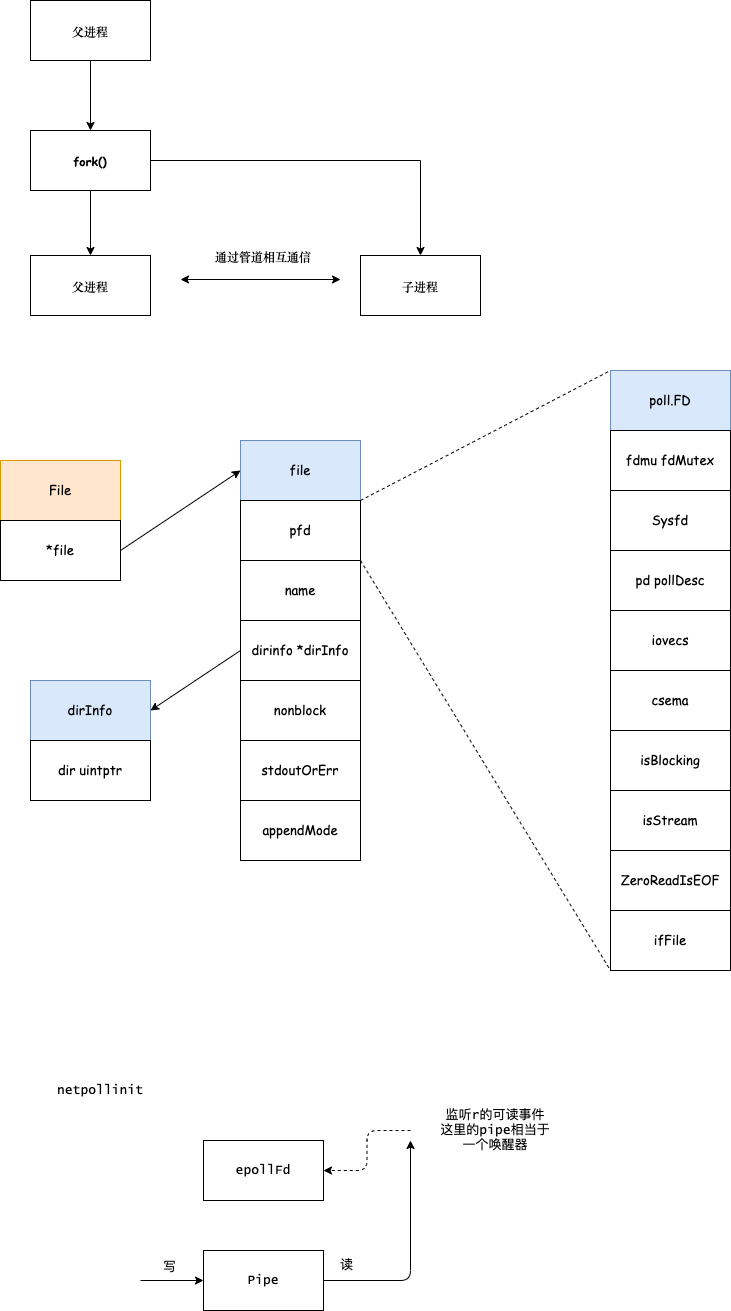
The draw.io diagram GoSrc.png in aizsfgk/cdn, before a commit. Source tidied: cells renumbered, new cells last; positions are measured from the earlier drawing's top-left corner, leaving out a move shared by most shapes.
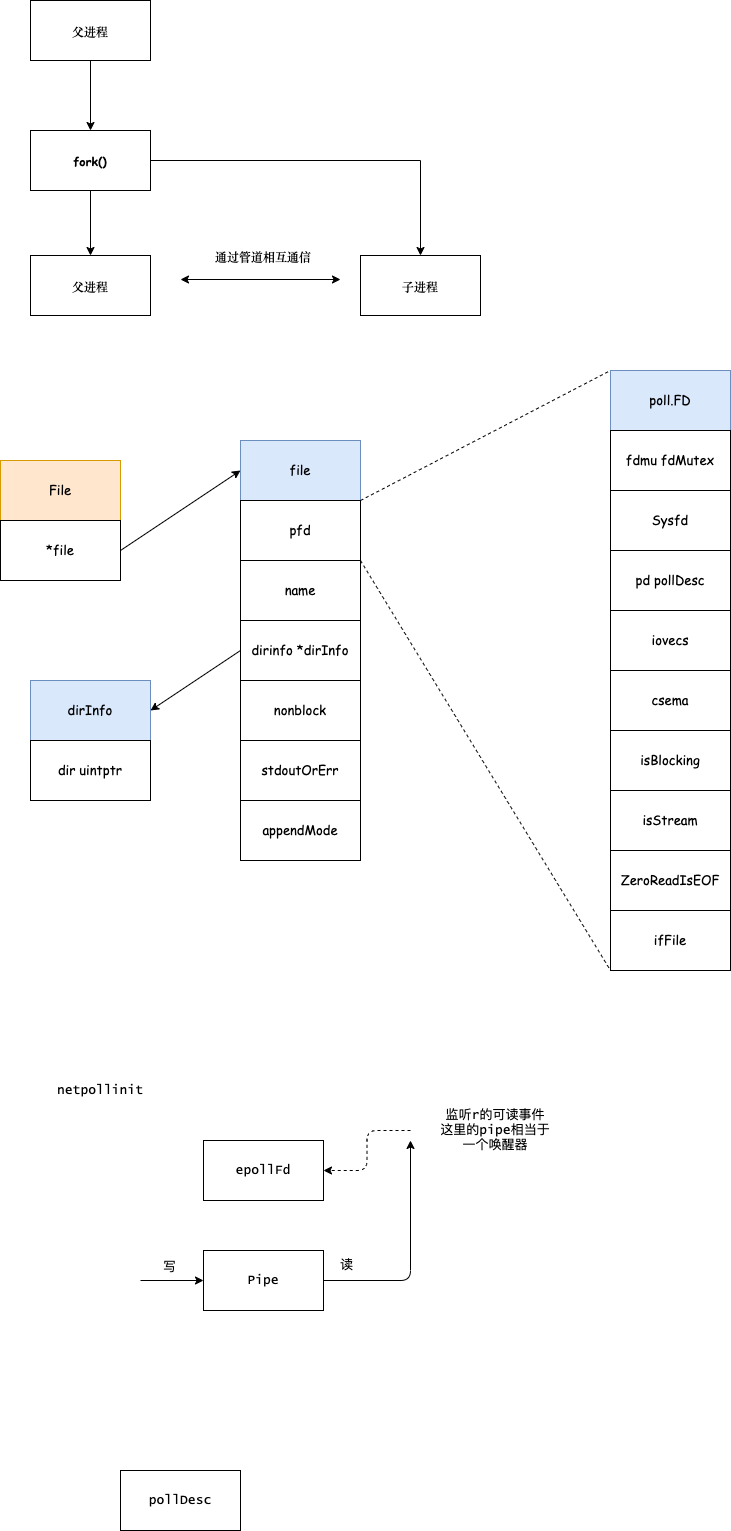
After the change.

What changed in the source:
```diff
@@ -143,5 +143,8 @@
     <mxCell id="45" value="netpollinit" style="text;html=1;strokeColor=none;fillColor=none;align=center;verticalAlign=middle;whiteSpace=wrap;rounded=0;fontFamily=Lucida Console;fontSize=13;" parent="1" vertex="1">
       <mxGeometry x="80" y="1080" width="40" height="20" as="geometry" />
     </mxCell>
+    <mxCell id="46" value="pollDesc" style="rounded=0;whiteSpace=wrap;html=1;fontFamily=Lucida Console;fontSize=13;" parent="1" vertex="1">
+      <mxGeometry x="120" y="1470" width="120" height="60" as="geometry" />
+    </mxCell>
   </root>
 </mxGraphModel>
```
